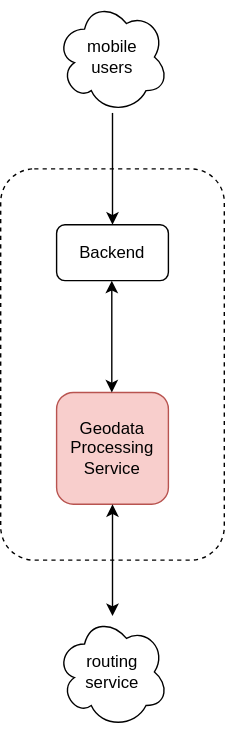
Before: img/mobile-app-architecture.svg, a diagram exported from draw.io (s-fleck/simple-webservices-with-plumber-uros2020). Source tidied: cells renumbered, new cells last; positions are measured from the earlier drawing's top-left corner, leaving out a move shared by most shapes.
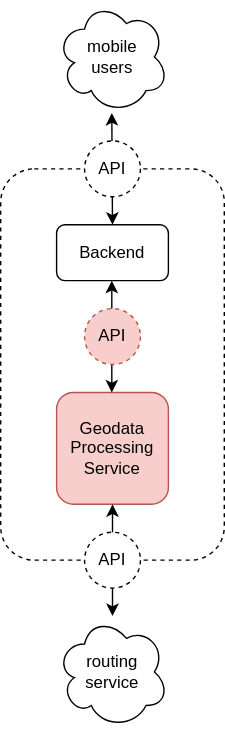
After the change.

Change to the diagram source:
```diff
@@ -28,10 +28,19 @@
         <mxPoint x="79.5" y="200" as="targetPoint" />
       </mxGeometry>
     </mxCell>
-    <mxCell id="9" style="endArrow=classic;html=1;entryX=0.5;entryY=0;entryDx=0;entryDy=0;" parent="1" edge="1" target="3">
-      <mxGeometry relative="1" as="geometry">
-        <mxPoint x="80" y="80" as="sourcePoint" />
-      </mxGeometry>
-    </mxCell>
+    <mxCell id="10" value="API" style="ellipse;whiteSpace=wrap;html=1;dashed=1;fillColor=#f8cecc;strokeColor=#b85450;" parent="1" vertex="1">
+      <mxGeometry x="60" y="220" width="40" height="40" as="geometry" />
+    </mxCell>
+    <mxCell id="11" value="API" style="ellipse;whiteSpace=wrap;html=1;dashed=1;" parent="1" vertex="1">
+      <mxGeometry x="60" y="380" width="40" height="40" as="geometry" />
+    </mxCell>
+    <mxCell id="12" style="endArrow=classic;startArrow=classic;html=1;exitX=0.5;exitY=0;exitDx=0;exitDy=0;" parent="1" edge="1" source="3">
+      <mxGeometry relative="1" as="geometry">
+        <mxPoint x="79.5" y="80" as="targetPoint" />
+      </mxGeometry>
+    </mxCell>
+    <mxCell id="13" value="API" style="ellipse;whiteSpace=wrap;html=1;dashed=1;" parent="1" vertex="1">
+      <mxGeometry x="60" y="100" width="40" height="40" as="geometry" />
+    </mxCell>
   </root>
 </mxGraphModel>
```
